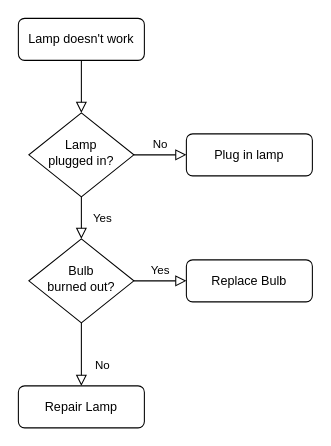
The draw.io diagram Hangman.drawio in kkrtxkt/draw, before the edit. Source tidied: cells renumbered, new cells numbered last; positions are measured from the earlier drawing's top-left corner, leaving out a move shared by most shapes. Both pictures are drawn from the tidied source at 105%, with x=0, y=0 at pixel (18, 18).
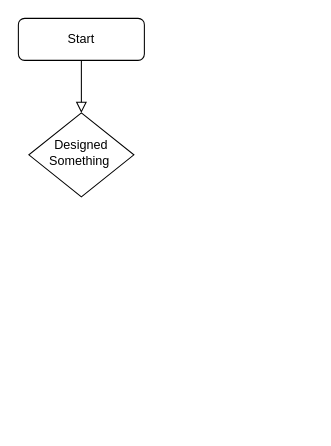
After the change.

Change to the diagram source:
```diff
@@
 <mxGraphModel>
   <root>
     <mxCell id="0" />
     <mxCell id="1" parent="0" />
     <mxCell id="2" style="rounded=0;html=1;jettySize=auto;fontSize=11;endArrow=block;endFill=0;endSize=8;strokeWidth=1;shadow=0;labelBackgroundColor=none;edgeStyle=orthogonalEdgeStyle;" parent="1" edge="1" source="3" target="6">
       <mxGeometry relative="1" as="geometry" />
     </mxCell>
-    <mxCell id="3" value="Lamp doesn't work" style="rounded=1;whiteSpace=wrap;html=1;fontSize=12;glass=0;strokeWidth=1;shadow=0;" parent="1" vertex="1">
+    <mxCell id="3" value="Start" style="rounded=1;whiteSpace=wrap;html=1;fontSize=12;glass=0;strokeWidth=1;shadow=0;" parent="1" vertex="1">
       <mxGeometry width="120" height="40" as="geometry" />
     </mxCell>
-    <mxCell id="4" value="Yes" style="rounded=0;html=1;jettySize=auto;fontSize=11;endArrow=block;endFill=0;endSize=8;strokeWidth=1;shadow=0;labelBackgroundColor=none;edgeStyle=orthogonalEdgeStyle;" parent="1" edge="1" source="6" target="10">
-      <mxGeometry y="20" relative="1" as="geometry" />
-    </mxCell>
-    <mxCell id="5" value="No" style="edgeStyle=orthogonalEdgeStyle;rounded=0;html=1;jettySize=auto;fontSize=11;endArrow=block;endFill=0;endSize=8;strokeWidth=1;shadow=0;labelBackgroundColor=none;" parent="1" edge="1" source="6" target="7">
-      <mxGeometry y="10" relative="1" as="geometry" />
-    </mxCell>
-    <mxCell id="6" value="Lamp&lt;br&gt;plugged in?" style="rhombus;whiteSpace=wrap;html=1;shadow=0;fontFamily=Helvetica;fontSize=12;align=center;strokeWidth=1;spacing=6;spacingTop=-4;" parent="1" vertex="1">
+    <mxCell id="6" value="Designed Something&amp;nbsp;" style="rhombus;whiteSpace=wrap;html=1;shadow=0;fontFamily=Helvetica;fontSize=12;align=center;strokeWidth=1;spacing=6;spacingTop=-4;" parent="1" vertex="1">
       <mxGeometry x="10" y="90" width="100" height="80" as="geometry" />
     </mxCell>
-    <mxCell id="7" value="Plug in lamp" style="rounded=1;whiteSpace=wrap;html=1;fontSize=12;glass=0;strokeWidth=1;shadow=0;" parent="1" vertex="1">
-      <mxGeometry x="160" y="110" width="120" height="40" as="geometry" />
-    </mxCell>
-    <mxCell id="8" value="No" style="rounded=0;html=1;jettySize=auto;fontSize=11;endArrow=block;endFill=0;endSize=8;strokeWidth=1;shadow=0;labelBackgroundColor=none;edgeStyle=orthogonalEdgeStyle;" parent="1" edge="1" source="10" target="11">
-      <mxGeometry x="0.33" y="20" relative="1" as="geometry" />
-    </mxCell>
-    <mxCell id="9" value="Yes" style="edgeStyle=orthogonalEdgeStyle;rounded=0;html=1;jettySize=auto;fontSize=11;endArrow=block;endFill=0;endSize=8;strokeWidth=1;shadow=0;labelBackgroundColor=none;" parent="1" edge="1" source="10" target="12">
-      <mxGeometry y="10" relative="1" as="geometry" />
-    </mxCell>
-    <mxCell id="10" value="Bulb&lt;br&gt;burned out?" style="rhombus;whiteSpace=wrap;html=1;shadow=0;fontFamily=Helvetica;fontSize=12;align=center;strokeWidth=1;spacing=6;spacingTop=-4;" parent="1" vertex="1">
-      <mxGeometry x="10" y="210" width="100" height="80" as="geometry" />
-    </mxCell>
-    <mxCell id="11" value="Repair Lamp" style="rounded=1;whiteSpace=wrap;html=1;fontSize=12;glass=0;strokeWidth=1;shadow=0;" parent="1" vertex="1">
-      <mxGeometry y="350" width="120" height="40" as="geometry" />
-    </mxCell>
-    <mxCell id="12" value="Replace Bulb" style="rounded=1;whiteSpace=wrap;html=1;fontSize=12;glass=0;strokeWidth=1;shadow=0;" parent="1" vertex="1">
-      <mxGeometry x="160" y="230" width="120" height="40" as="geometry" />
-    </mxCell>
   </root>
 </mxGraphModel>
```
